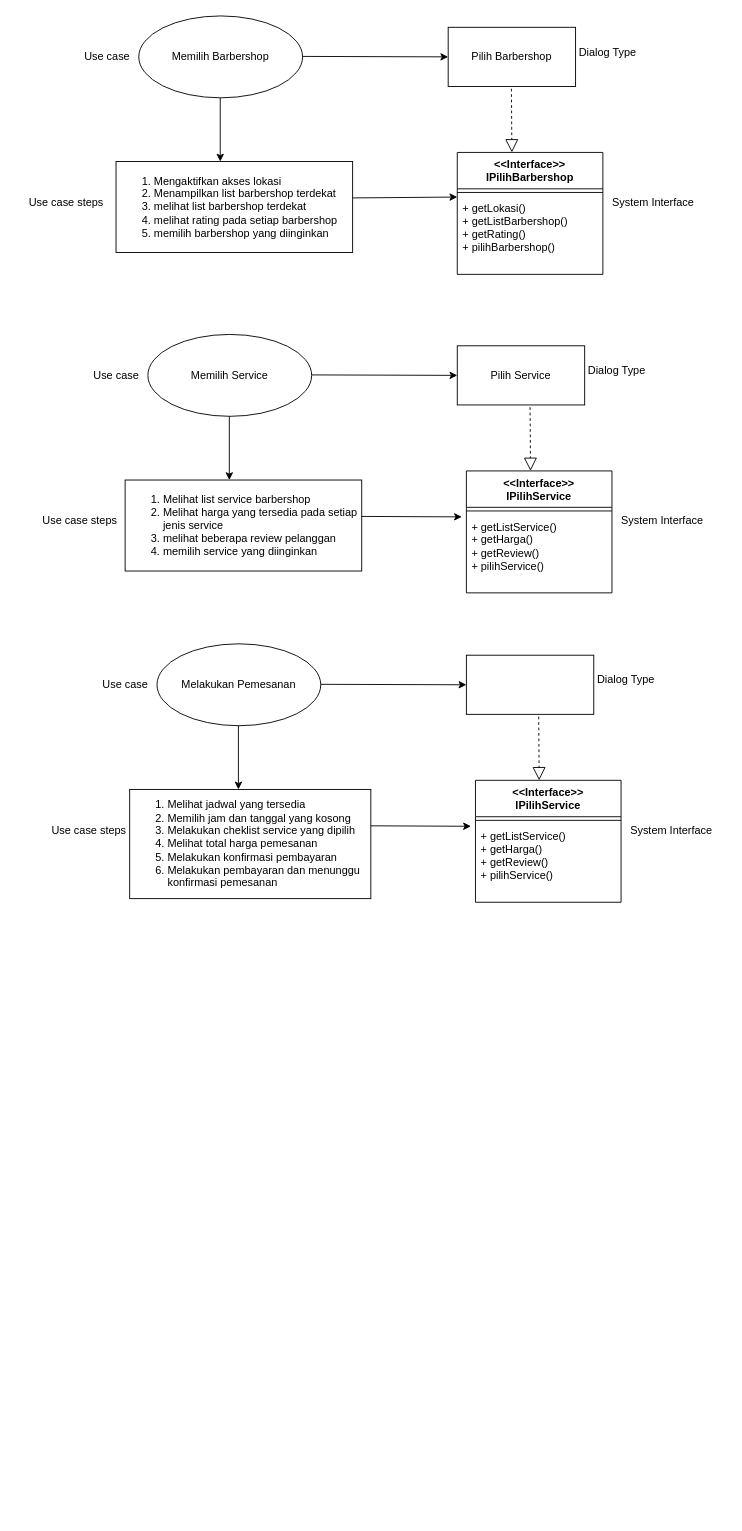
Before: System Interface.drawio in zafran72/sistem-booking-barbershop, a draw.io diagram. Source tidied: cells renumbered, new cells numbered last; positions are measured from the earlier drawing's top-left corner, leaving out a move shared by most shapes. Both pictures are drawn from the tidied source at 91%, with x=0, y=0 at pixel (15, 15).
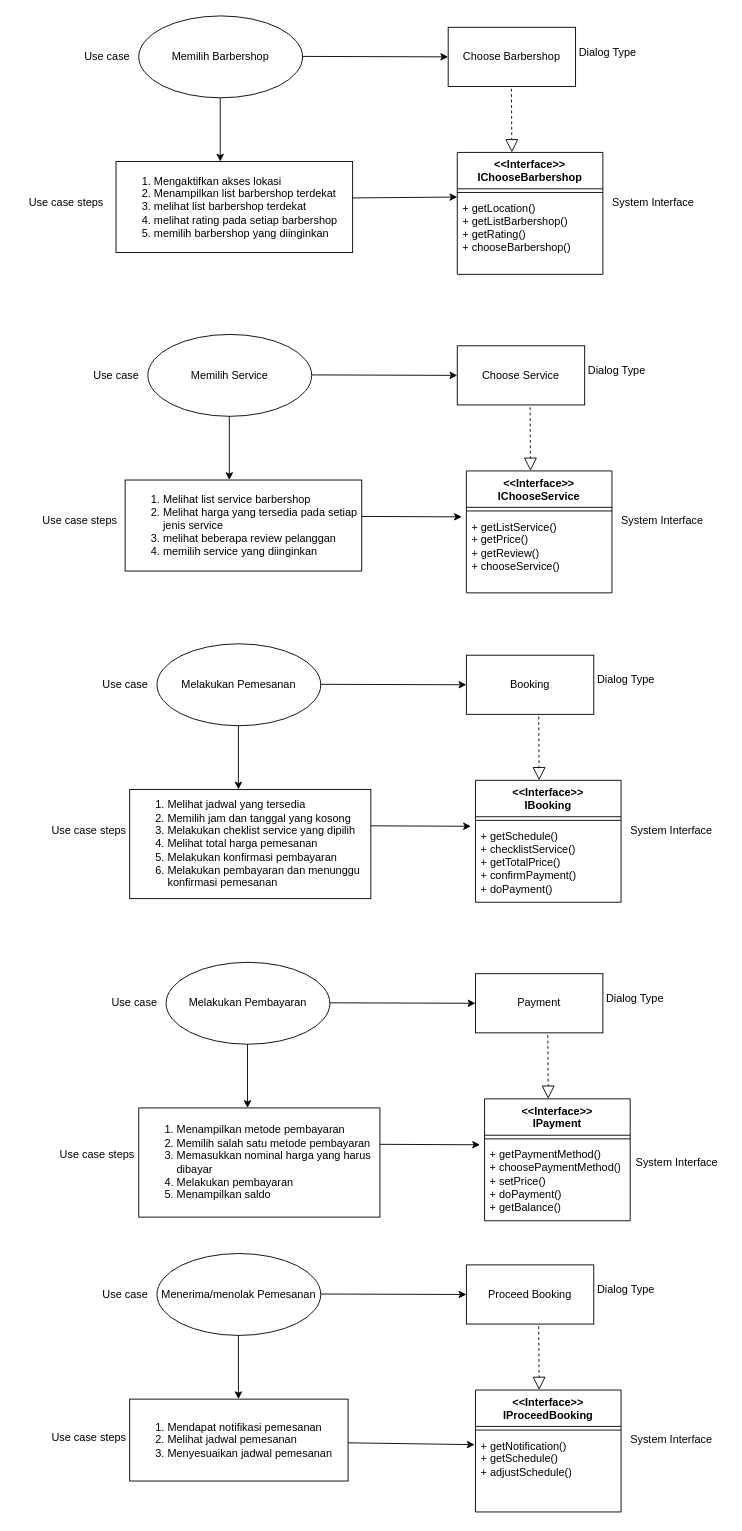
The same page after the edit.

What changed in the source:
```diff
@@
-    <mxCell id="4" value="Pilih Barbershop" style="rounded=0;whiteSpace=wrap;html=1;" parent="1" vertex="1">
+    <mxCell id="4" value="Choose Barbershop" style="rounded=0;whiteSpace=wrap;html=1;" parent="1" vertex="1">
       <mxGeometry x="475" y="12.5" width="140" height="65" as="geometry" />
     </mxCell>
@@
-    <mxCell id="11" value="&amp;lt;&amp;lt;Interface&amp;gt;&amp;gt;&lt;br&gt;IPilihBarbershop" style="swimlane;fontStyle=1;align=center;verticalAlign=top;horizontal=1;startSize=40;whiteSpace=wrap;html=1;" parent="1" vertex="1">
+    <mxCell id="11" value="&amp;lt;&amp;lt;Interface&amp;gt;&amp;gt;&lt;br&gt;IChooseBarbershop" style="swimlane;fontStyle=1;align=center;verticalAlign=top;horizontal=1;startSize=40;whiteSpace=wrap;html=1;" parent="1" vertex="1">
       <mxGeometry x="485" y="150" width="160" height="134" as="geometry" />
     </mxCell>
@@
-    <mxCell id="13" value="+ getLokasi()&lt;br&gt;+ getListBarbershop()&lt;br&gt;+ getRating()&lt;br&gt;+ pilihBarbershop()" style="text;strokeColor=none;fillColor=none;align=left;verticalAlign=top;spacingLeft=4;spacingRight=4;overflow=hidden;points=[[0,0.5],[1,0.5]];portConstraint=eastwest;whiteSpace=wrap;html=1;" parent="11" vertex="1">
+    <mxCell id="13" value="+ getLocation()&lt;br&gt;+ getListBarbershop()&lt;br&gt;+ getRating()&lt;br&gt;+ chooseBarbershop()" style="text;strokeColor=none;fillColor=none;align=left;verticalAlign=top;spacingLeft=4;spacingRight=4;overflow=hidden;points=[[0,0.5],[1,0.5]];portConstraint=eastwest;whiteSpace=wrap;html=1;" parent="11" vertex="1">
       <mxGeometry y="48" width="160" height="86" as="geometry" />
     </mxCell>
@@
-    <mxCell id="17" value="Pilih Service" style="rounded=0;whiteSpace=wrap;html=1;" parent="1" vertex="1">
+    <mxCell id="17" value="Choose Service" style="rounded=0;whiteSpace=wrap;html=1;" parent="1" vertex="1">
       <mxGeometry x="485" y="362.5" width="140" height="65" as="geometry" />
     </mxCell>
@@
-    <mxCell id="24" value="&amp;lt;&amp;lt;Interface&amp;gt;&amp;gt;&lt;br&gt;IPilihService" style="swimlane;fontStyle=1;align=center;verticalAlign=top;horizontal=1;startSize=40;whiteSpace=wrap;html=1;" parent="1" vertex="1">
+    <mxCell id="24" value="&amp;lt;&amp;lt;Interface&amp;gt;&amp;gt;&lt;br&gt;IChooseService" style="swimlane;fontStyle=1;align=center;verticalAlign=top;horizontal=1;startSize=40;whiteSpace=wrap;html=1;" parent="1" vertex="1">
       <mxGeometry x="495" y="500" width="160" height="134" as="geometry" />
     </mxCell>
@@
-    <mxCell id="26" value="+ getListService()&lt;br&gt;+ getHarga()&lt;br&gt;+ getReview()&lt;br&gt;+ pilihService()" style="text;strokeColor=none;fillColor=none;align=left;verticalAlign=top;spacingLeft=4;spacingRight=4;overflow=hidden;whiteSpace=wrap;html=1;" parent="24" vertex="1">
+    <mxCell id="26" value="+ getListService()&lt;br&gt;+ getPrice()&lt;br&gt;+ getReview()&lt;br&gt;+ chooseService()" style="text;strokeColor=none;fillColor=none;align=left;verticalAlign=top;spacingLeft=4;spacingRight=4;overflow=hidden;whiteSpace=wrap;html=1;" parent="24" vertex="1">
       <mxGeometry y="48" width="160" height="86" as="geometry" />
     </mxCell>
@@
-    <mxCell id="30" style="rounded=0;whiteSpace=wrap;html=1;" parent="1" vertex="1">
+    <mxCell id="30" value="Booking" style="rounded=0;whiteSpace=wrap;html=1;" parent="1" vertex="1">
       <mxGeometry x="495" y="702.5" width="140" height="65" as="geometry" />
     </mxCell>
@@
-    <mxCell id="36" value="&amp;lt;&amp;lt;Interface&amp;gt;&amp;gt;&lt;br&gt;IPilihService" style="swimlane;fontStyle=1;align=center;verticalAlign=top;horizontal=1;startSize=40;whiteSpace=wrap;html=1;" parent="1" vertex="1">
+    <mxCell id="36" value="&amp;lt;&amp;lt;Interface&amp;gt;&amp;gt;&lt;br&gt;IBooking" style="swimlane;fontStyle=1;align=center;verticalAlign=top;horizontal=1;startSize=40;whiteSpace=wrap;html=1;" parent="1" vertex="1">
       <mxGeometry x="505" y="840" width="160" height="134" as="geometry" />
     </mxCell>
@@
-    <mxCell id="38" value="+ getListService()&lt;br&gt;+ getHarga()&lt;br&gt;+ getReview()&lt;br&gt;+ pilihService()" style="text;strokeColor=none;fillColor=none;align=left;verticalAlign=top;spacingLeft=4;spacingRight=4;overflow=hidden;whiteSpace=wrap;html=1;" parent="36" vertex="1">
+    <mxCell id="38" value="+ getSchedule()&lt;br&gt;+ checklistService()&lt;br&gt;+ getTotalPrice()&lt;br&gt;+ confirmPayment()&lt;br&gt;+ doPayment()" style="text;strokeColor=none;fillColor=none;align=left;verticalAlign=top;spacingLeft=4;spacingRight=4;overflow=hidden;whiteSpace=wrap;html=1;" parent="36" vertex="1">
       <mxGeometry y="48" width="160" height="86" as="geometry" />
     </mxCell>
@@
+    <mxCell id="44" value="Melakukan Pembayaran" style="ellipse;whiteSpace=wrap;html=1;" parent="1" vertex="1">
+      <mxGeometry x="165" y="1040" width="180" height="90" as="geometry" />
+    </mxCell>
+    <mxCell id="45" style="endArrow=classic;html=1;rounded=0;" parent="1" edge="1">
+      <mxGeometry relative="1" as="geometry">
+        <mxPoint x="345" y="1084.5" as="sourcePoint" />
+        <mxPoint x="505" y="1085" as="targetPoint" />
+      </mxGeometry>
+    </mxCell>
+    <mxCell id="46" value="Payment" style="rounded=0;whiteSpace=wrap;html=1;" parent="1" vertex="1">
+      <mxGeometry x="505" y="1052.5" width="140" height="65" as="geometry" />
+    </mxCell>
+    <mxCell id="47" style="endArrow=classic;html=1;rounded=0;" parent="1" edge="1">
+      <mxGeometry relative="1" as="geometry">
+        <mxPoint x="254.5" y="1130" as="sourcePoint" />
+        <mxPoint x="254.5" y="1200" as="targetPoint" />
+      </mxGeometry>
+    </mxCell>
+    <mxCell id="48" value="&lt;ol&gt;&lt;li&gt;Menampilkan metode pembayaran&lt;/li&gt;&lt;li&gt;Memilih salah satu metode pembayaran&lt;/li&gt;&lt;li&gt;Memasukkan nominal harga yang harus dibayar&lt;/li&gt;&lt;li&gt;Melakukan pembayaran&lt;/li&gt;&lt;li&gt;Menampilkan saldo&lt;/li&gt;&lt;/ol&gt;" style="rounded=0;whiteSpace=wrap;html=1;align=left;" parent="1" vertex="1">
+      <mxGeometry x="135" y="1200" width="265" height="120" as="geometry" />
+    </mxCell>
+    <mxCell id="49" style="endArrow=classic;html=1;rounded=0;" parent="1" edge="1">
+      <mxGeometry relative="1" as="geometry">
+        <mxPoint x="400" y="1240" as="sourcePoint" />
+        <mxPoint x="510" y="1240.5" as="targetPoint" />
+      </mxGeometry>
+    </mxCell>
+    <mxCell id="50" value="Use case" style="text;html=1;align=center;verticalAlign=middle;strokeColor=none;fillColor=none;" parent="1" vertex="1">
+      <mxGeometry x="95" y="1070" width="70" height="30" as="geometry" />
+    </mxCell>
+    <mxCell id="51" value="Dialog Type" style="text;html=1;align=center;verticalAlign=middle;strokeColor=none;fillColor=none;" parent="1" vertex="1">
+      <mxGeometry x="635" y="1065" width="90" height="30" as="geometry" />
+    </mxCell>
+    <mxCell id="52" value="&amp;lt;&amp;lt;Interface&amp;gt;&amp;gt;&lt;br&gt;IPayment" style="swimlane;fontStyle=1;align=center;verticalAlign=top;horizontal=1;startSize=40;whiteSpace=wrap;html=1;" parent="1" vertex="1">
+      <mxGeometry x="515" y="1190" width="160" height="134" as="geometry" />
+    </mxCell>
+    <mxCell id="53" style="line;strokeWidth=1;fillColor=none;align=left;verticalAlign=middle;spacingTop=-1;spacingLeft=3;spacingRight=3;labelPosition=right;strokeColor=inherit;" parent="52" vertex="1">
+      <mxGeometry y="40" width="160" height="8" as="geometry" />
+    </mxCell>
+    <mxCell id="54" value="+ getPaymentMethod()&lt;br&gt;+ choosePaymentMethod()&lt;br&gt;+ setPrice()&lt;br&gt;+ doPayment()&lt;br&gt;+ getBalance()" style="text;strokeColor=none;fillColor=none;align=left;verticalAlign=top;spacingLeft=4;spacingRight=4;overflow=hidden;whiteSpace=wrap;html=1;" parent="52" vertex="1">
+      <mxGeometry y="48" width="160" height="86" as="geometry" />
+    </mxCell>
+    <mxCell id="55" value="System Interface" style="text;html=1;align=center;verticalAlign=middle;strokeColor=none;fillColor=none;" parent="1" vertex="1">
+      <mxGeometry x="671" y="1245" width="110" height="30" as="geometry" />
+    </mxCell>
+    <mxCell id="56" style="endArrow=block;dashed=1;endFill=0;endSize=12;html=1;rounded=0;entryX=0.381;entryY=-0.03;entryDx=0;entryDy=0;entryPerimeter=0;" parent="1" edge="1">
+      <mxGeometry relative="1" as="geometry">
+        <mxPoint x="584.5" y="1120" as="sourcePoint" />
+        <mxPoint x="585" y="1190" as="targetPoint" />
+      </mxGeometry>
+    </mxCell>
+    <mxCell id="57" value="Menerima/menolak Pemesanan" style="ellipse;whiteSpace=wrap;html=1;" parent="1" vertex="1">
+      <mxGeometry x="155" y="1360" width="180" height="90" as="geometry" />
+    </mxCell>
+    <mxCell id="58" style="endArrow=classic;html=1;rounded=0;" parent="1" edge="1">
+      <mxGeometry relative="1" as="geometry">
+        <mxPoint x="335" y="1404.5" as="sourcePoint" />
+        <mxPoint x="495" y="1405" as="targetPoint" />
+      </mxGeometry>
+    </mxCell>
+    <mxCell id="59" value="Proceed Booking" style="rounded=0;whiteSpace=wrap;html=1;" parent="1" vertex="1">
+      <mxGeometry x="495" y="1372.5" width="140" height="65" as="geometry" />
+    </mxCell>
+    <mxCell id="60" style="endArrow=classic;html=1;rounded=0;" parent="1" edge="1">
+      <mxGeometry relative="1" as="geometry">
+        <mxPoint x="244.5" y="1450" as="sourcePoint" />
+        <mxPoint x="244.5" y="1520" as="targetPoint" />
+      </mxGeometry>
+    </mxCell>
+    <mxCell id="61" value="&lt;ol&gt;&lt;li&gt;Mendapat notifikasi pemesanan&lt;/li&gt;&lt;li&gt;Melihat jadwal pemesanan&lt;/li&gt;&lt;li&gt;Menyesuaikan jadwal pemesanan&lt;/li&gt;&lt;/ol&gt;" style="rounded=0;whiteSpace=wrap;html=1;align=left;" parent="1" vertex="1">
+      <mxGeometry x="125" y="1520" width="240" height="90" as="geometry" />
+    </mxCell>
+    <mxCell id="62" value="Use case" style="text;html=1;align=center;verticalAlign=middle;strokeColor=none;fillColor=none;" parent="1" vertex="1">
+      <mxGeometry x="85" y="1390" width="70" height="30" as="geometry" />
+    </mxCell>
+    <mxCell id="63" value="Dialog Type" style="text;html=1;align=center;verticalAlign=middle;strokeColor=none;fillColor=none;" parent="1" vertex="1">
+      <mxGeometry x="625" y="1385" width="90" height="30" as="geometry" />
+    </mxCell>
+    <mxCell id="64" value="&amp;lt;&amp;lt;Interface&amp;gt;&amp;gt;&lt;br&gt;IProceedBooking" style="swimlane;fontStyle=1;align=center;verticalAlign=top;horizontal=1;startSize=40;whiteSpace=wrap;html=1;" parent="1" vertex="1">
+      <mxGeometry x="505" y="1510" width="160" height="134" as="geometry" />
+    </mxCell>
+    <mxCell id="65" style="line;strokeWidth=1;fillColor=none;align=left;verticalAlign=middle;spacingTop=-1;spacingLeft=3;spacingRight=3;labelPosition=right;strokeColor=inherit;" parent="64" vertex="1">
+      <mxGeometry y="40" width="160" height="8" as="geometry" />
+    </mxCell>
+    <mxCell id="66" value="+ getNotification()&lt;br&gt;+ getSchedule()&lt;br&gt;+ adjustSchedule()&lt;br&gt;" style="text;strokeColor=none;fillColor=none;align=left;verticalAlign=top;spacingLeft=4;spacingRight=4;overflow=hidden;points=[[0,0.5],[1,0.5]];portConstraint=eastwest;whiteSpace=wrap;html=1;" parent="64" vertex="1">
+      <mxGeometry y="48" width="160" height="86" as="geometry" />
+    </mxCell>
+    <mxCell id="67" value="System Interface" style="text;html=1;align=center;verticalAlign=middle;strokeColor=none;fillColor=none;" parent="1" vertex="1">
+      <mxGeometry x="665" y="1550" width="110" height="30" as="geometry" />
+    </mxCell>
+    <mxCell id="68" style="endArrow=block;dashed=1;endFill=0;endSize=12;html=1;rounded=0;entryX=0.381;entryY=-0.03;entryDx=0;entryDy=0;entryPerimeter=0;" parent="1" edge="1">
+      <mxGeometry relative="1" as="geometry">
+        <mxPoint x="574.5" y="1440" as="sourcePoint" />
+        <mxPoint x="575" y="1510" as="targetPoint" />
+      </mxGeometry>
+    </mxCell>
+    <mxCell id="69" value="Use case steps" style="text;html=1;align=center;verticalAlign=middle;strokeColor=none;fillColor=none;" parent="1" vertex="1">
+      <mxGeometry x="39" y="1238" width="100" height="26" as="geometry" />
+    </mxCell>
+    <mxCell id="70" value="Use case steps" style="text;html=1;align=center;verticalAlign=middle;strokeColor=none;fillColor=none;" parent="1" vertex="1">
+      <mxGeometry x="30" y="1550" width="100" height="26" as="geometry" />
+    </mxCell>
+    <mxCell id="71" style="endArrow=classic;html=1;rounded=0;entryX=-0.006;entryY=0.14;entryDx=0;entryDy=0;entryPerimeter=0;" parent="1" edge="1" target="66">
+      <mxGeometry relative="1" as="geometry">
+        <mxPoint x="365" y="1568" as="sourcePoint" />
+      </mxGeometry>
+    </mxCell>
```
